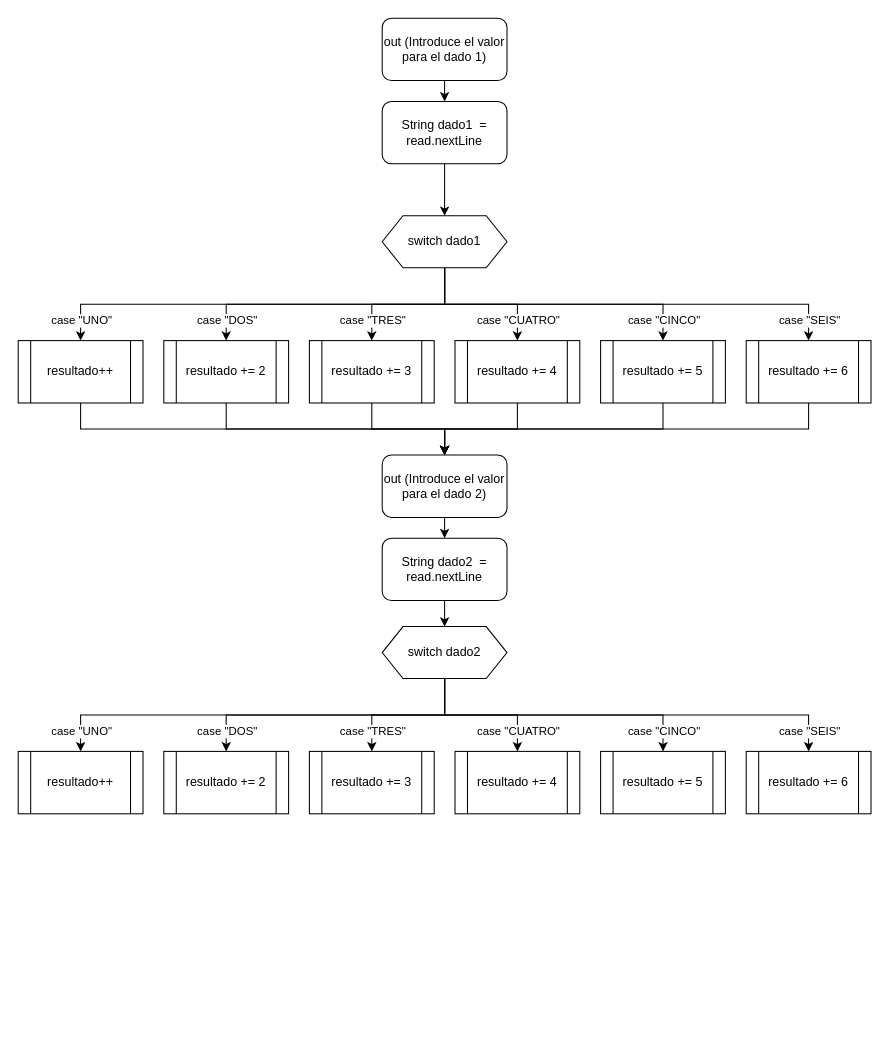
Above: src/ejercicio4/Ejercicio4.drawio in antonionavarro04/Tema2Boletin2 (draw.io), before the change. Source tidied: cells renumbered, new cells numbered last; positions are measured from the earlier drawing's top-left corner, leaving out a move shared by most shapes. Both pictures are drawn from the tidied source at 104%, with x=0, y=0 at pixel (18, 18).
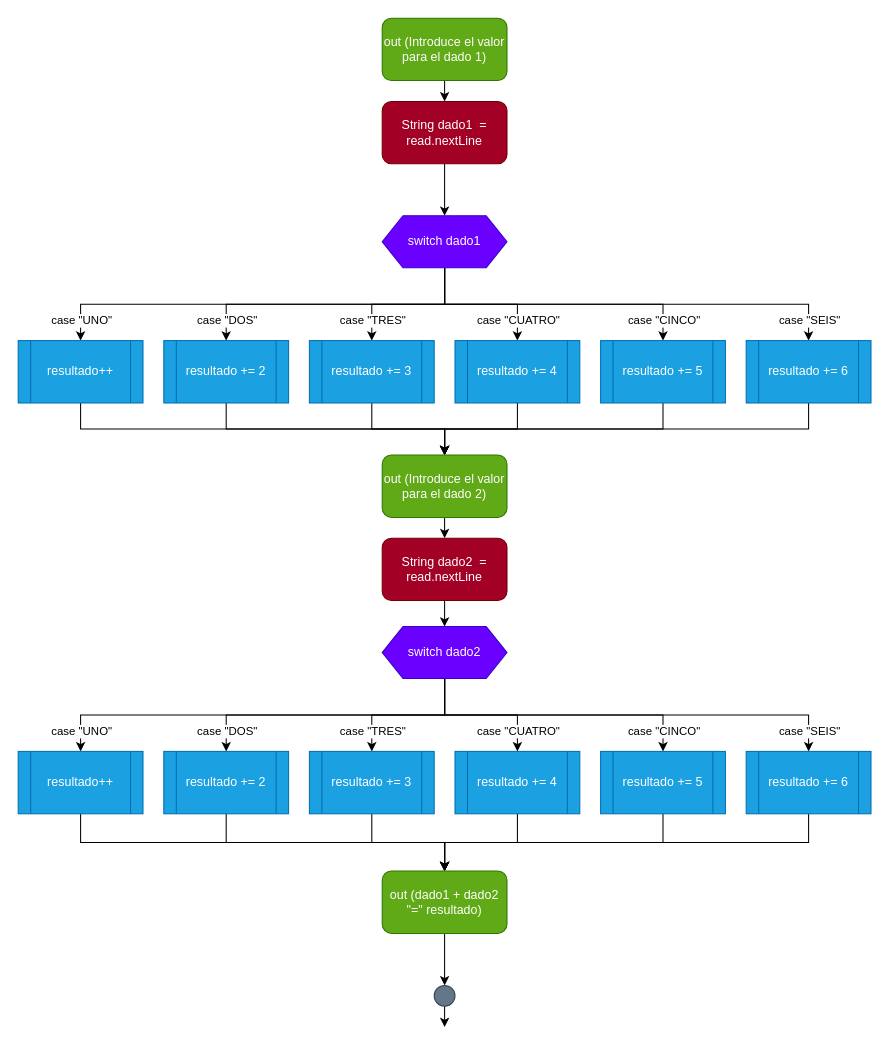
Above is the later version.

Diff of the diagram source:
```diff
@@
-    <mxCell id="3" value="out (Introduce el valor para el dado 1)" style="rounded=1;whiteSpace=wrap;html=1;" parent="1" vertex="1">
+    <mxCell id="3" value="out (Introduce el valor para el dado 1)" style="rounded=1;whiteSpace=wrap;html=1;fillColor=#60a917;fontColor=#ffffff;strokeColor=#2D7600;" parent="1" vertex="1">
       <mxGeometry x="350" width="120" height="60" as="geometry" />
     </mxCell>
@@
-    <mxCell id="5" value="String dado1&amp;nbsp; = read.nextLine" style="rounded=1;whiteSpace=wrap;html=1;" parent="1" vertex="1">
+    <mxCell id="5" value="String dado1&amp;nbsp; = read.nextLine" style="rounded=1;whiteSpace=wrap;html=1;fillColor=#a20025;fontColor=#ffffff;strokeColor=#6F0000;" parent="1" vertex="1">
       <mxGeometry x="350" y="80" width="120" height="60" as="geometry" />
     </mxCell>
@@
-    <mxCell id="14" value="switch dado1" style="shape=hexagon;perimeter=hexagonPerimeter2;whiteSpace=wrap;html=1;fixedSize=1;" parent="1" vertex="1">
+    <mxCell id="14" value="switch dado1" style="shape=hexagon;perimeter=hexagonPerimeter2;whiteSpace=wrap;html=1;fixedSize=1;fillColor=#6a00ff;fontColor=#ffffff;strokeColor=#3700CC;" parent="1" vertex="1">
       <mxGeometry x="350" y="190" width="120" height="50" as="geometry" />
     </mxCell>
@@
-    <mxCell id="16" value="resultado++" style="shape=process;whiteSpace=wrap;html=1;backgroundOutline=1;" parent="1" vertex="1">
+    <mxCell id="16" value="resultado++" style="shape=process;whiteSpace=wrap;html=1;backgroundOutline=1;fillColor=#1ba1e2;fontColor=#ffffff;strokeColor=#006EAF;" parent="1" vertex="1">
       <mxGeometry y="310" width="120" height="60" as="geometry" />
     </mxCell>
@@
-    <mxCell id="18" value="resultado += 2" style="shape=process;whiteSpace=wrap;html=1;backgroundOutline=1;" parent="1" vertex="1">
+    <mxCell id="18" value="resultado += 2" style="shape=process;whiteSpace=wrap;html=1;backgroundOutline=1;fillColor=#1ba1e2;fontColor=#ffffff;strokeColor=#006EAF;" parent="1" vertex="1">
       <mxGeometry x="140" y="310" width="120" height="60" as="geometry" />
     </mxCell>
@@
-    <mxCell id="20" value="resultado += 3" style="shape=process;whiteSpace=wrap;html=1;backgroundOutline=1;" parent="1" vertex="1">
+    <mxCell id="20" value="resultado += 3" style="shape=process;whiteSpace=wrap;html=1;backgroundOutline=1;fillColor=#1ba1e2;fontColor=#ffffff;strokeColor=#006EAF;" parent="1" vertex="1">
       <mxGeometry x="280" y="310" width="120" height="60" as="geometry" />
     </mxCell>
@@
-    <mxCell id="22" value="resultado += 4" style="shape=process;whiteSpace=wrap;html=1;backgroundOutline=1;" parent="1" vertex="1">
+    <mxCell id="22" value="resultado += 4" style="shape=process;whiteSpace=wrap;html=1;backgroundOutline=1;fillColor=#1ba1e2;fontColor=#ffffff;strokeColor=#006EAF;" parent="1" vertex="1">
       <mxGeometry x="420" y="310" width="120" height="60" as="geometry" />
     </mxCell>
@@
-    <mxCell id="24" value="resultado += 5" style="shape=process;whiteSpace=wrap;html=1;backgroundOutline=1;" parent="1" vertex="1">
+    <mxCell id="24" value="resultado += 5" style="shape=process;whiteSpace=wrap;html=1;backgroundOutline=1;fillColor=#1ba1e2;fontColor=#ffffff;strokeColor=#006EAF;" parent="1" vertex="1">
       <mxGeometry x="560" y="310" width="120" height="60" as="geometry" />
     </mxCell>
@@
-    <mxCell id="26" value="resultado += 6" style="shape=process;whiteSpace=wrap;html=1;backgroundOutline=1;" parent="1" vertex="1">
+    <mxCell id="26" value="resultado += 6" style="shape=process;whiteSpace=wrap;html=1;backgroundOutline=1;fillColor=#1ba1e2;fontColor=#ffffff;strokeColor=#006EAF;" parent="1" vertex="1">
       <mxGeometry x="700" y="310" width="120" height="60" as="geometry" />
     </mxCell>
@@
-    <mxCell id="32" value="out (Introduce el valor para el dado 2)" style="rounded=1;whiteSpace=wrap;html=1;" parent="1" vertex="1">
+    <mxCell id="32" value="out (Introduce el valor para el dado 2)" style="rounded=1;whiteSpace=wrap;html=1;fillColor=#60a917;fontColor=#ffffff;strokeColor=#2D7600;" parent="1" vertex="1">
       <mxGeometry x="350" y="420" width="120" height="60" as="geometry" />
     </mxCell>
@@
-    <mxCell id="34" value="String dado2&amp;nbsp; = read.nextLine" style="rounded=1;whiteSpace=wrap;html=1;" parent="1" vertex="1">
+    <mxCell id="34" value="String dado2&amp;nbsp; = read.nextLine" style="rounded=1;whiteSpace=wrap;html=1;fillColor=#a20025;fontColor=#ffffff;strokeColor=#6F0000;" parent="1" vertex="1">
       <mxGeometry x="350" y="500" width="120" height="60" as="geometry" />
     </mxCell>
@@
-    <mxCell id="43" value="switch dado2" style="shape=hexagon;perimeter=hexagonPerimeter2;whiteSpace=wrap;html=1;fixedSize=1;" parent="1" vertex="1">
+    <mxCell id="43" value="switch dado2" style="shape=hexagon;perimeter=hexagonPerimeter2;whiteSpace=wrap;html=1;fixedSize=1;fillColor=#6a00ff;fontColor=#ffffff;strokeColor=#3700CC;" parent="1" vertex="1">
       <mxGeometry x="350" y="585" width="120" height="50" as="geometry" />
     </mxCell>
+    <mxCell id="54" style="edgeStyle=orthogonalEdgeStyle;rounded=0;jettySize=auto;html=1;exitX=0.5;exitY=1;exitDx=0;exitDy=0;entryX=0.5;entryY=0;entryDx=0;entryDy=0;" parent="1" edge="1" source="44" target="61">
+      <mxGeometry relative="1" as="geometry" />
+    </mxCell>
-    <mxCell id="44" value="resultado++" style="shape=process;whiteSpace=wrap;html=1;backgroundOutline=1;" parent="1" vertex="1">
+    <mxCell id="44" value="resultado++" style="shape=process;whiteSpace=wrap;html=1;backgroundOutline=1;fillColor=#1ba1e2;fontColor=#ffffff;strokeColor=#006EAF;" parent="1" vertex="1">
       <mxGeometry y="705" width="120" height="60" as="geometry" />
     </mxCell>
+    <mxCell id="55" style="edgeStyle=orthogonalEdgeStyle;rounded=0;jettySize=auto;html=1;exitX=0.5;exitY=1;exitDx=0;exitDy=0;entryX=0.5;entryY=0;entryDx=0;entryDy=0;" parent="1" edge="1" source="45" target="61">
+      <mxGeometry relative="1" as="geometry" />
+    </mxCell>
-    <mxCell id="45" value="resultado += 2" style="shape=process;whiteSpace=wrap;html=1;backgroundOutline=1;" parent="1" vertex="1">
+    <mxCell id="45" value="resultado += 2" style="shape=process;whiteSpace=wrap;html=1;backgroundOutline=1;fillColor=#1ba1e2;fontColor=#ffffff;strokeColor=#006EAF;" parent="1" vertex="1">
       <mxGeometry x="140" y="705" width="120" height="60" as="geometry" />
     </mxCell>
+    <mxCell id="56" style="edgeStyle=orthogonalEdgeStyle;rounded=0;jettySize=auto;html=1;exitX=0.5;exitY=1;exitDx=0;exitDy=0;entryX=0.5;entryY=0;entryDx=0;entryDy=0;" parent="1" edge="1" source="46" target="61">
+      <mxGeometry relative="1" as="geometry" />
+    </mxCell>
-    <mxCell id="46" value="resultado += 3" style="shape=process;whiteSpace=wrap;html=1;backgroundOutline=1;" parent="1" vertex="1">
+    <mxCell id="46" value="resultado += 3" style="shape=process;whiteSpace=wrap;html=1;backgroundOutline=1;fillColor=#1ba1e2;fontColor=#ffffff;strokeColor=#006EAF;" parent="1" vertex="1">
       <mxGeometry x="280" y="705" width="120" height="60" as="geometry" />
     </mxCell>
+    <mxCell id="57" style="edgeStyle=orthogonalEdgeStyle;rounded=0;jettySize=auto;html=1;exitX=0.5;exitY=1;exitDx=0;exitDy=0;entryX=0.5;entryY=0;entryDx=0;entryDy=0;" parent="1" edge="1" source="47" target="61">
+      <mxGeometry relative="1" as="geometry" />
+    </mxCell>
-    <mxCell id="47" value="resultado += 4" style="shape=process;whiteSpace=wrap;html=1;backgroundOutline=1;" parent="1" vertex="1">
+    <mxCell id="47" value="resultado += 4" style="shape=process;whiteSpace=wrap;html=1;backgroundOutline=1;fillColor=#1ba1e2;fontColor=#ffffff;strokeColor=#006EAF;" parent="1" vertex="1">
       <mxGeometry x="420" y="705" width="120" height="60" as="geometry" />
     </mxCell>
+    <mxCell id="58" style="edgeStyle=orthogonalEdgeStyle;rounded=0;jettySize=auto;html=1;exitX=0.5;exitY=1;exitDx=0;exitDy=0;entryX=0.5;entryY=0;entryDx=0;entryDy=0;" parent="1" edge="1" source="48" target="61">
+      <mxGeometry relative="1" as="geometry" />
+    </mxCell>
-    <mxCell id="48" value="resultado += 5" style="shape=process;whiteSpace=wrap;html=1;backgroundOutline=1;" parent="1" vertex="1">
+    <mxCell id="48" value="resultado += 5" style="shape=process;whiteSpace=wrap;html=1;backgroundOutline=1;fillColor=#1ba1e2;fontColor=#ffffff;strokeColor=#006EAF;" parent="1" vertex="1">
       <mxGeometry x="560" y="705" width="120" height="60" as="geometry" />
     </mxCell>
+    <mxCell id="59" style="edgeStyle=orthogonalEdgeStyle;rounded=0;jettySize=auto;html=1;exitX=0.5;exitY=1;exitDx=0;exitDy=0;entryX=0.5;entryY=0;entryDx=0;entryDy=0;" parent="1" edge="1" source="49" target="61">
+      <mxGeometry relative="1" as="geometry" />
+    </mxCell>
-    <mxCell id="49" value="resultado += 6" style="shape=process;whiteSpace=wrap;html=1;backgroundOutline=1;" parent="1" vertex="1">
+    <mxCell id="49" value="resultado += 6" style="shape=process;whiteSpace=wrap;html=1;backgroundOutline=1;fillColor=#1ba1e2;fontColor=#ffffff;strokeColor=#006EAF;" parent="1" vertex="1">
       <mxGeometry x="700" y="705" width="120" height="60" as="geometry" />
     </mxCell>
@@
+    <mxCell id="60" style="edgeStyle=orthogonalEdgeStyle;rounded=0;jettySize=auto;html=1;exitX=0.5;exitY=1;exitDx=0;exitDy=0;entryX=0.5;entryY=0;entryDx=0;entryDy=0;" parent="1" edge="1" source="61" target="63">
+      <mxGeometry relative="1" as="geometry" />
+    </mxCell>
+    <mxCell id="61" value="out (dado1 + dado2 &quot;=&quot; resultado)" style="rounded=1;whiteSpace=wrap;html=1;fillColor=#60a917;fontColor=#ffffff;strokeColor=#2D7600;" parent="1" vertex="1">
+      <mxGeometry x="350" y="820" width="120" height="60" as="geometry" />
+    </mxCell>
+    <mxCell id="62" style="edgeStyle=orthogonalEdgeStyle;rounded=0;jettySize=auto;html=1;exitX=0.5;exitY=1;exitDx=0;exitDy=0;" parent="1" edge="1" source="63">
+      <mxGeometry relative="1" as="geometry">
+        <mxPoint x="410" y="970" as="targetPoint" />
+      </mxGeometry>
+    </mxCell>
+    <mxCell id="63" style="ellipse;whiteSpace=wrap;html=1;fillColor=#647687;fontColor=#ffffff;strokeColor=#314354;" parent="1" vertex="1">
+      <mxGeometry x="400" y="930" width="20" height="20" as="geometry" />
+    </mxCell>
```
